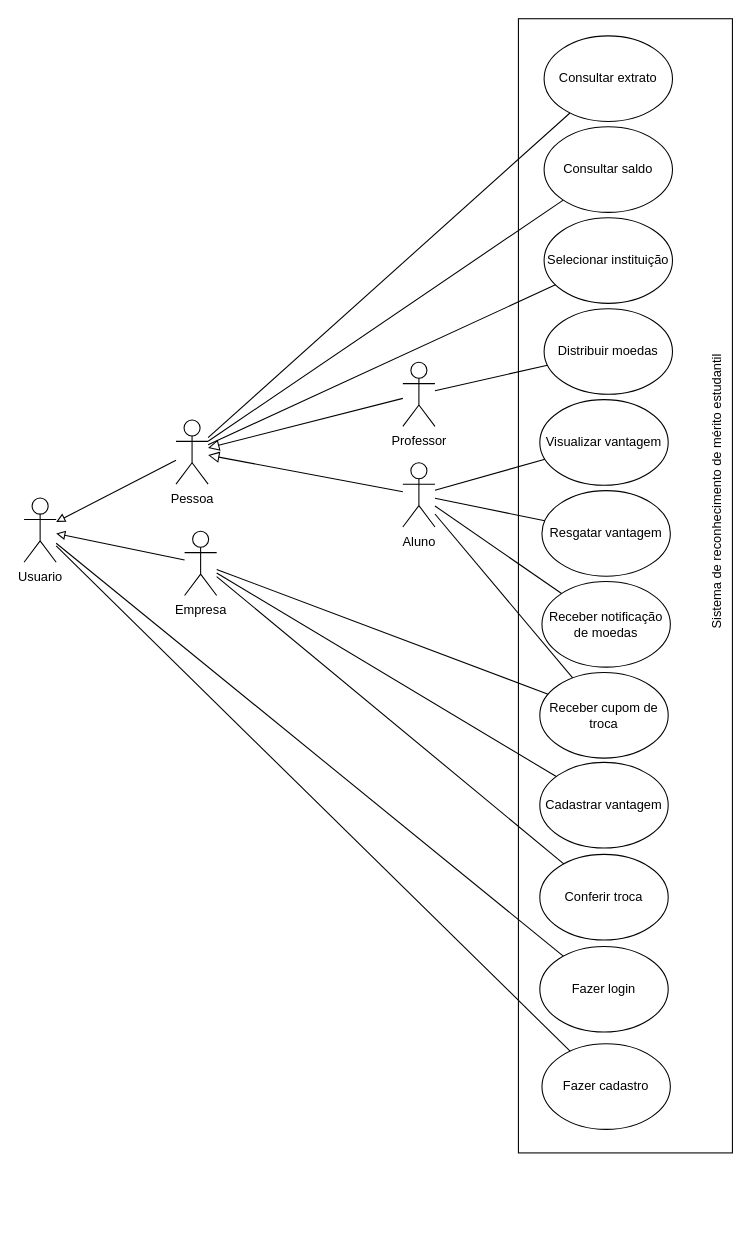
This is projeto/drawio/Diagrama de casos de uso.drawio from pedrolucas444/laboratorio-3, a draw.io file, before an edit. Source tidied: cells renumbered, new cells numbered last; positions are measured from the earlier drawing's top-left corner, leaving out a move shared by most shapes. Both pictures are drawn from the tidied source at 107%, with x=0, y=0 at pixel (24, 35).
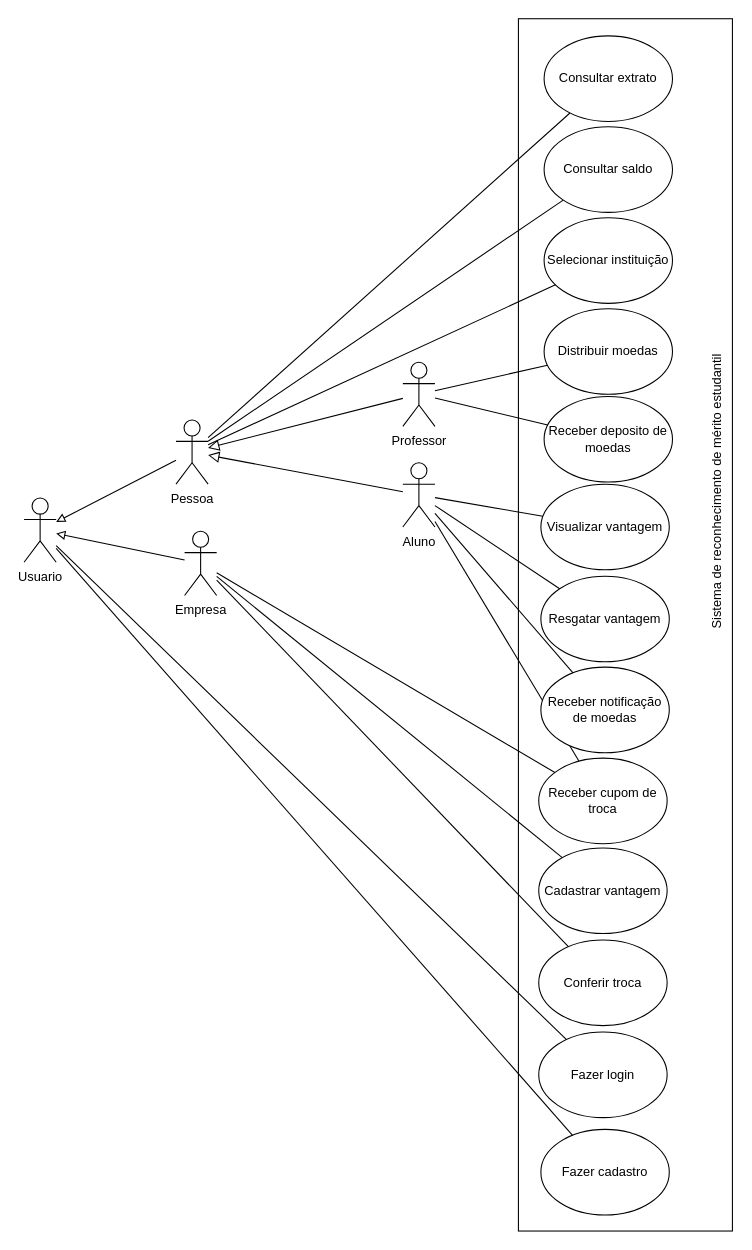
The same page after the edit.

Commit message (it also covers changes not shown here):
update diagramas e upload diagrama de componente

The change refers to these unchanged cells:
```xml
<mxCell id="21" value="Professor" style="shape=umlActor;verticalLabelPosition=bottom;verticalAlign=top;html=1;outlineConnect=0;" parent="1" vertex="1">
  <mxGeometry x="354" y="305" width="30" height="60" as="geometry" />
</mxCell>
```

What changed in the source:
```diff
@@
     <mxCell id="2" style="rounded=0;whiteSpace=wrap;html=1;rotation=-90;" parent="1" vertex="1">
-      <mxGeometry x="32" y="414" width="1060" height="200" as="geometry" />
+      <mxGeometry x="-4.5" y="450.5" width="1133" height="200" as="geometry" />
     </mxCell>
@@
     <mxCell id="4" value="Fazer cadastro" style="ellipse;whiteSpace=wrap;html=1;" parent="1" vertex="1">
-      <mxGeometry x="484" y="942" width="120" height="80" as="geometry" />
+      <mxGeometry x="483" y="1022" width="120" height="80" as="geometry" />
     </mxCell>
@@
     <mxCell id="6" value="Fazer login" style="ellipse;whiteSpace=wrap;html=1;" parent="1" vertex="1">
-      <mxGeometry x="482" y="851" width="120" height="80" as="geometry" />
+      <mxGeometry x="481" y="931" width="120" height="80" as="geometry" />
     </mxCell>
@@
     <mxCell id="22" value="Receber cupom de troca" style="ellipse;whiteSpace=wrap;html=1;" parent="1" vertex="1">
-      <mxGeometry x="482" y="595" width="120" height="80" as="geometry" />
+      <mxGeometry x="481" y="675" width="120" height="80" as="geometry" />
     </mxCell>
@@
     <mxCell id="24" value="Resgatar vantagem" style="ellipse;whiteSpace=wrap;html=1;" parent="1" vertex="1">
-      <mxGeometry x="484" y="425" width="120" height="80" as="geometry" />
+      <mxGeometry x="483" y="505" width="120" height="80" as="geometry" />
     </mxCell>
@@
     <mxCell id="26" value="Receber notificação de moedas" style="ellipse;whiteSpace=wrap;html=1;" parent="1" vertex="1">
-      <mxGeometry x="484" y="510" width="120" height="80" as="geometry" />
+      <mxGeometry x="483" y="590" width="120" height="80" as="geometry" />
     </mxCell>
@@
     <mxCell id="28" value="Cadastrar vantagem" style="ellipse;whiteSpace=wrap;html=1;" parent="1" vertex="1">
-      <mxGeometry x="482" y="679" width="120" height="80" as="geometry" />
+      <mxGeometry x="481" y="759" width="120" height="80" as="geometry" />
     </mxCell>
     <mxCell id="29" value="Visualizar vantagem" style="ellipse;whiteSpace=wrap;html=1;" parent="1" vertex="1">
-      <mxGeometry x="482" y="340" width="120" height="80" as="geometry" />
+      <mxGeometry x="483" y="419" width="120" height="80" as="geometry" />
     </mxCell>
@@
     <mxCell id="32" value="Conferir troca" style="ellipse;whiteSpace=wrap;html=1;" parent="1" vertex="1">
-      <mxGeometry x="482" y="765" width="120" height="80" as="geometry" />
+      <mxGeometry x="481" y="845" width="120" height="80" as="geometry" />
     </mxCell>
@@
+    <mxCell id="38" style="rounded=0;jettySize=auto;html=1;endArrow=none;startFill=0;" parent="1" edge="1" source="39" target="21">
+      <mxGeometry relative="1" as="geometry" />
+    </mxCell>
+    <mxCell id="39" value="Receber deposito de moedas" style="ellipse;whiteSpace=wrap;html=1;" parent="1" vertex="1">
+      <mxGeometry x="486" y="337" width="120" height="80" as="geometry" />
+    </mxCell>
```
